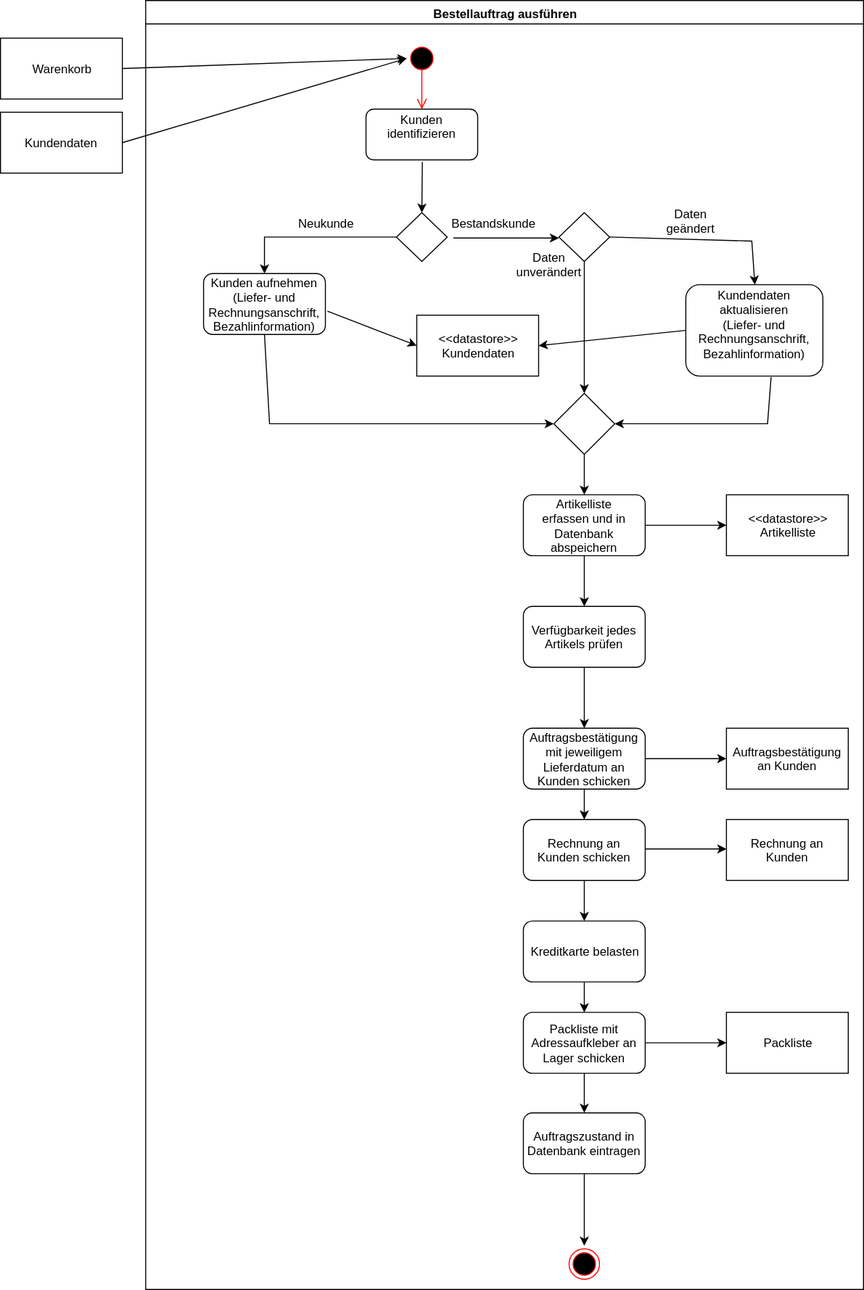
sweIhm-ws2018-19/skillproject-fr-31 keeps this draw.io diagram as UML/Uebungsblatt02/Aufgabe6/Aufgabe6.svg. Above is the earlier version. Source tidied: cells renumbered, new cells last; positions are measured from the earlier drawing's top-left corner, leaving out a move shared by most shapes. Its diagram source:
```xml
<mxGraphModel background="#ffffff">
  <root>
    <mxCell id="0" />
    <mxCell id="1" parent="0" />
    <mxCell id="2" value="Bestellauftrag ausführen" style="swimlane;whiteSpace=wrap;" parent="1" vertex="1">
      <mxGeometry x="143" width="707" height="1270" as="geometry" />
    </mxCell>
    <mxCell id="3" style="ellipse;shape=startState;fillColor=#000000;strokeColor=#ff0000;" parent="2" vertex="1">
      <mxGeometry x="257" y="42" width="30" height="30" as="geometry" />
    </mxCell>
    <mxCell id="4" style="edgeStyle=elbowEdgeStyle;elbow=horizontal;verticalAlign=bottom;endArrow=open;endSize=8;strokeColor=#FF0000;endFill=1;rounded=0;" parent="2" edge="1" target="5">
      <mxGeometry x="257" y="37" as="geometry">
        <mxPoint x="272" y="67" as="sourcePoint" />
      </mxGeometry>
    </mxCell>
    <mxCell id="5" value="Kunden &#10;identifizieren&#10;" style="rounded=1;" parent="2" vertex="1">
      <mxGeometry x="217" y="107" width="110" height="50" as="geometry" />
    </mxCell>
    <mxCell id="6" style="endArrow=classic;html=1;entryX=0.5;entryY=0;" parent="2" edge="1" target="7">
      <mxGeometry relative="1" as="geometry">
        <mxPoint x="272.5" y="159" as="sourcePoint" />
      </mxGeometry>
    </mxCell>
    <mxCell id="7" style="rhombus;whiteSpace=wrap;html=1;rounded=0;" parent="2" vertex="1">
      <mxGeometry x="247" y="209" width="50" height="48" as="geometry" />
    </mxCell>
    <mxCell id="8" value="Neukunde&lt;br&gt;" style="text;html=1;strokeColor=none;fillColor=none;align=center;verticalAlign=middle;whiteSpace=wrap;rounded=0;" parent="2" vertex="1">
      <mxGeometry x="157" y="209" width="40" height="20" as="geometry" />
    </mxCell>
    <mxCell id="9" style="endArrow=classic;html=1;exitX=0;exitY=0.5;rounded=0;entryX=0.5;entryY=0;entryPerimeter=0;" parent="2" edge="1" source="7" target="10">
      <mxGeometry relative="1" as="geometry">
        <Array as="points">
          <mxPoint x="117" y="233" />
        </Array>
      </mxGeometry>
    </mxCell>
    <mxCell id="10" value="Kunden aufnehmen&lt;br&gt;(&lt;span&gt;Liefer- und Rechnungsanschrift,&lt;/span&gt;&lt;div&gt;Bezahlinformation)&lt;/div&gt;" style="rounded=1;whiteSpace=wrap;html=1;" parent="2" vertex="1">
      <mxGeometry x="57" y="269" width="120" height="60" as="geometry" />
    </mxCell>
    <mxCell id="11" value="Bestandskunde&lt;br&gt;" style="text;html=1;strokeColor=none;fillColor=none;align=center;verticalAlign=middle;whiteSpace=wrap;rounded=0;" parent="2" vertex="1">
      <mxGeometry x="307" y="209" width="70" height="20" as="geometry" />
    </mxCell>
    <mxCell id="12" value="Kundendaten&lt;br&gt;aktualisieren&lt;br&gt;(&lt;span&gt;Liefer- und Rechnungsanschrift,&lt;/span&gt;&lt;div&gt;Bezahlinformation)&lt;/div&gt;&lt;div&gt;&lt;br&gt;&lt;/div&gt;" style="rounded=1;whiteSpace=wrap;html=1;" parent="2" vertex="1">
      <mxGeometry x="532" y="280" width="135" height="90" as="geometry" />
    </mxCell>
    <mxCell id="13" style="rhombus;whiteSpace=wrap;html=1;rounded=0;" parent="2" vertex="1">
      <mxGeometry x="407" y="209" width="50" height="48" as="geometry" />
    </mxCell>
    <mxCell id="14" style="endArrow=classic;html=1;strokeColor=#000000;" parent="2" edge="1">
      <mxGeometry relative="1" as="geometry">
        <mxPoint x="303" y="234" as="sourcePoint" />
        <mxPoint x="407" y="234" as="targetPoint" />
      </mxGeometry>
    </mxCell>
    <mxCell id="15" style="endArrow=classic;html=1;strokeColor=#000000;exitX=0.5;exitY=1;entryX=0.5;entryY=0;" parent="2" edge="1" source="13" target="18">
      <mxGeometry relative="1" as="geometry" />
    </mxCell>
    <mxCell id="16" value="Daten unverändert&lt;br&gt;&lt;br&gt;" style="text;html=1;strokeColor=none;fillColor=none;align=center;verticalAlign=middle;whiteSpace=wrap;rounded=0;" parent="2" vertex="1">
      <mxGeometry x="377" y="257" width="40" height="20" as="geometry" />
    </mxCell>
    <mxCell id="17" style="endArrow=classic;html=1;strokeColor=#000000;exitX=1;exitY=0.5;rounded=0;entryX=0.5;entryY=0;" parent="2" edge="1" source="13" target="12">
      <mxGeometry relative="1" as="geometry">
        <Array as="points">
          <mxPoint x="597" y="237" />
        </Array>
      </mxGeometry>
    </mxCell>
    <mxCell id="18" style="rhombus;whiteSpace=wrap;html=1;rounded=0;" parent="2" vertex="1">
      <mxGeometry x="402" y="387" width="60" height="60" as="geometry" />
    </mxCell>
    <mxCell id="19" value="Daten geändert&lt;br&gt;" style="text;html=1;strokeColor=none;fillColor=none;align=center;verticalAlign=middle;whiteSpace=wrap;rounded=0;" parent="2" vertex="1">
      <mxGeometry x="516.5" y="207" width="40" height="20" as="geometry" />
    </mxCell>
    <mxCell id="20" style="endArrow=classic;html=1;exitX=0.622;exitY=1.011;rounded=0;entryX=1;entryY=0.5;exitPerimeter=0;" parent="2" edge="1" source="12" target="18">
      <mxGeometry relative="1" as="geometry">
        <Array as="points">
          <mxPoint x="612.5" y="417" />
        </Array>
      </mxGeometry>
    </mxCell>
    <mxCell id="21" style="endArrow=classic;html=1;exitX=0.5;exitY=1;rounded=0;entryX=0;entryY=0.5;" parent="2" edge="1" source="10" target="18">
      <mxGeometry relative="1" as="geometry">
        <Array as="points">
          <mxPoint x="122" y="417" />
        </Array>
      </mxGeometry>
    </mxCell>
    <mxCell id="22" style="edgeStyle=orthogonalEdgeStyle;rounded=0;html=1;jettySize=auto;strokeColor=#000000;" parent="2" edge="1" source="23" target="25">
      <mxGeometry relative="1" as="geometry" />
    </mxCell>
    <mxCell id="23" value="Artikelliste&lt;br&gt;erfassen und in&lt;br&gt;Datenbank abspeichern&lt;br&gt;" style="rounded=1;whiteSpace=wrap;html=1;" parent="2" vertex="1">
      <mxGeometry x="372" y="487" width="120" height="60" as="geometry" />
    </mxCell>
    <mxCell id="24" style="edgeStyle=orthogonalEdgeStyle;rounded=0;html=1;jettySize=auto;strokeColor=#000000;" parent="2" edge="1" source="25" target="27">
      <mxGeometry relative="1" as="geometry" />
    </mxCell>
    <mxCell id="25" value="Verfügbarkeit jedes Artikels prüfen&lt;br&gt;" style="rounded=1;whiteSpace=wrap;html=1;" parent="2" vertex="1">
      <mxGeometry x="372" y="597" width="120" height="60" as="geometry" />
    </mxCell>
    <mxCell id="26" style="edgeStyle=orthogonalEdgeStyle;rounded=0;html=1;jettySize=auto;strokeColor=#000000;" parent="2" edge="1" source="27" target="29">
      <mxGeometry relative="1" as="geometry" />
    </mxCell>
    <mxCell id="27" value="&lt;div&gt;Auftragsbestätigung mit jeweiligem Lieferdatum an&lt;/div&gt;&lt;div&gt;Kunden schicken&lt;/div&gt;" style="rounded=1;whiteSpace=wrap;html=1;" parent="2" vertex="1">
      <mxGeometry x="372" y="717" width="120" height="60" as="geometry" />
    </mxCell>
    <mxCell id="28" style="edgeStyle=orthogonalEdgeStyle;rounded=0;html=1;jettySize=auto;strokeColor=#000000;" parent="2" edge="1" source="29" target="31">
      <mxGeometry relative="1" as="geometry" />
    </mxCell>
    <mxCell id="29" value="Rechnung an Kunden schicken&lt;br&gt;" style="rounded=1;whiteSpace=wrap;html=1;" parent="2" vertex="1">
      <mxGeometry x="372" y="807" width="120" height="60" as="geometry" />
    </mxCell>
    <mxCell id="30" style="edgeStyle=orthogonalEdgeStyle;rounded=0;html=1;jettySize=auto;strokeColor=#000000;" parent="2" edge="1" source="31" target="33">
      <mxGeometry relative="1" as="geometry" />
    </mxCell>
    <mxCell id="31" value="Kreditkarte belasten&lt;br&gt;" style="rounded=1;whiteSpace=wrap;html=1;" parent="2" vertex="1">
      <mxGeometry x="372" y="907" width="120" height="60" as="geometry" />
    </mxCell>
    <mxCell id="32" style="edgeStyle=orthogonalEdgeStyle;rounded=0;html=1;jettySize=auto;strokeColor=#000000;" parent="2" edge="1" source="33" target="34">
      <mxGeometry relative="1" as="geometry" />
    </mxCell>
    <mxCell id="33" value="Packliste mit Adressaufkleber an Lager schicken&lt;br&gt;" style="rounded=1;whiteSpace=wrap;html=1;" parent="2" vertex="1">
      <mxGeometry x="372" y="997" width="120" height="60" as="geometry" />
    </mxCell>
    <mxCell id="34" value="Auftragszustand in Datenbank eintragen&lt;br&gt;" style="rounded=1;whiteSpace=wrap;html=1;" parent="2" vertex="1">
      <mxGeometry x="372" y="1096" width="120" height="60" as="geometry" />
    </mxCell>
    <mxCell id="35" style="endArrow=classic;html=1;strokeColor=#000000;exitX=0.5;exitY=1;" parent="2" edge="1" source="18" target="23">
      <mxGeometry relative="1" as="geometry" />
    </mxCell>
    <mxCell id="36" value="&amp;lt;&amp;lt;datastore&amp;gt;&amp;gt;&lt;br&gt;Kundendaten&lt;br&gt;" style="rounded=0;whiteSpace=wrap;html=1;" parent="2" vertex="1">
      <mxGeometry x="267" y="310" width="120" height="60" as="geometry" />
    </mxCell>
    <mxCell id="37" style="endArrow=classic;html=1;strokeColor=#000000;entryX=1;entryY=0.5;exitX=0;exitY=0.5;" parent="2" edge="1" source="12" target="36">
      <mxGeometry relative="1" as="geometry" />
    </mxCell>
    <mxCell id="38" style="endArrow=classic;html=1;strokeColor=#000000;entryX=0;entryY=0.5;exitX=1.017;exitY=0.617;exitPerimeter=0;" parent="2" edge="1" source="10" target="36">
      <mxGeometry relative="1" as="geometry" />
    </mxCell>
    <mxCell id="39" value="&amp;lt;&amp;lt;datastore&amp;gt;&amp;gt;&lt;br&gt;Artikelliste&lt;br&gt;" style="rounded=0;whiteSpace=wrap;html=1;" parent="2" vertex="1">
      <mxGeometry x="572" y="487" width="120" height="60" as="geometry" />
    </mxCell>
    <mxCell id="40" style="endArrow=classic;html=1;strokeColor=#000000;exitX=1;exitY=0.5;entryX=0;entryY=0.5;" parent="2" edge="1" source="23" target="39">
      <mxGeometry relative="1" as="geometry" />
    </mxCell>
    <mxCell id="41" value="Auftragsbestätigung an Kunden" style="rounded=0;whiteSpace=wrap;html=1;" parent="2" vertex="1">
      <mxGeometry x="572" y="717" width="120" height="60" as="geometry" />
    </mxCell>
    <mxCell id="42" style="endArrow=classic;html=1;strokeColor=#000000;exitX=1;exitY=0.5;entryX=0;entryY=0.5;" parent="2" edge="1" source="27" target="41">
      <mxGeometry relative="1" as="geometry" />
    </mxCell>
    <mxCell id="43" value="Rechnung an Kunden" style="rounded=0;whiteSpace=wrap;html=1;" parent="2" vertex="1">
      <mxGeometry x="572" y="807" width="120" height="60" as="geometry" />
    </mxCell>
    <mxCell id="44" style="endArrow=classic;html=1;strokeColor=#000000;exitX=1;exitY=0.5;entryX=0;entryY=0.5;" parent="2" edge="1">
      <mxGeometry relative="1" as="geometry">
        <mxPoint x="492" y="836" as="sourcePoint" />
        <mxPoint x="572" y="836" as="targetPoint" />
      </mxGeometry>
    </mxCell>
    <mxCell id="45" value="Packliste" style="rounded=0;whiteSpace=wrap;html=1;" parent="2" vertex="1">
      <mxGeometry x="572" y="997" width="120" height="60" as="geometry" />
    </mxCell>
    <mxCell id="46" style="endArrow=classic;html=1;strokeColor=#000000;exitX=1;exitY=0.5;entryX=0;entryY=0.5;" parent="2" edge="1" source="33" target="45">
      <mxGeometry relative="1" as="geometry" />
    </mxCell>
    <mxCell id="47" style="endArrow=classic;html=1;strokeColor=#000000;exitX=0.5;exitY=1;entryX=0.5;entryY=0;" parent="2" edge="1" source="34">
      <mxGeometry relative="1" as="geometry">
        <mxPoint x="432" y="1227" as="targetPoint" />
      </mxGeometry>
    </mxCell>
    <mxCell id="48" style="ellipse;html=1;shape=endState;fillColor=#000000;strokeColor=#ff0000;rounded=0;" parent="2" vertex="1">
      <mxGeometry x="417" y="1230" width="30" height="30" as="geometry" />
    </mxCell>
    <mxCell id="49" value="Warenkorb" style="rounded=0;whiteSpace=wrap;html=1;" parent="1" vertex="1">
      <mxGeometry y="37" width="120" height="60" as="geometry" />
    </mxCell>
    <mxCell id="50" value="Kundendaten" style="rounded=0;whiteSpace=wrap;html=1;" parent="1" vertex="1">
      <mxGeometry y="110" width="120" height="60" as="geometry" />
    </mxCell>
    <mxCell id="51" style="endArrow=classic;html=1;strokeColor=#000000;exitX=1;exitY=0.5;entryX=0;entryY=0.5;" parent="1" edge="1" source="49" target="3">
      <mxGeometry relative="1" as="geometry" />
    </mxCell>
    <mxCell id="52" style="endArrow=classic;html=1;strokeColor=#000000;exitX=1;exitY=0.5;entryX=0;entryY=0.5;" parent="1" edge="1" source="50" target="3">
      <mxGeometry relative="1" as="geometry" />
    </mxCell>
  </root>
</mxGraphModel>
```
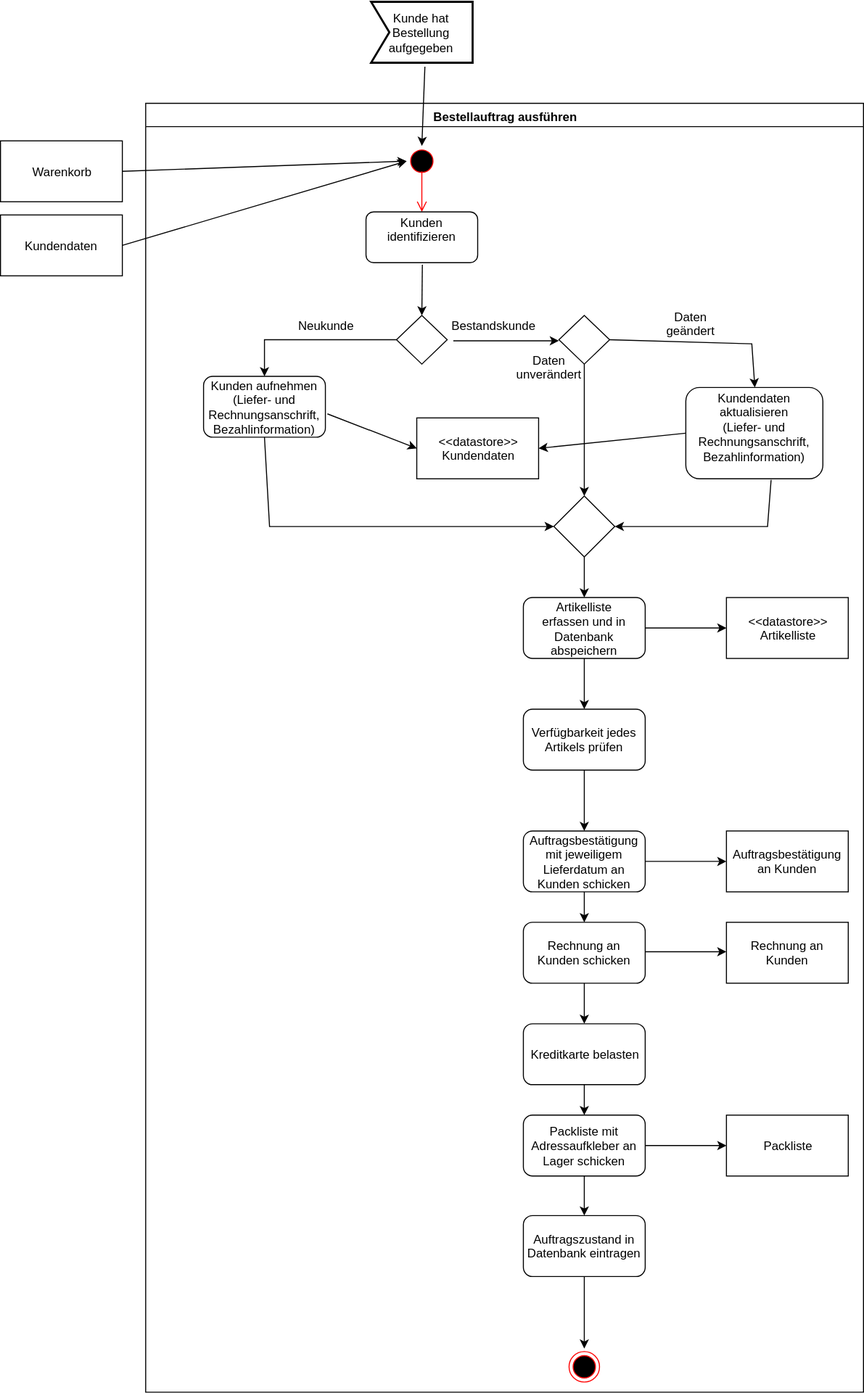
The same file after the commit.

Commit message:
Vorbedingung Aufgabe6 added

What changed in the source:
```diff
@@ -183,5 +183,13 @@
     <mxCell id="52" style="endArrow=classic;html=1;strokeColor=#000000;exitX=1;exitY=0.5;entryX=0;entryY=0.5;" parent="1" edge="1" source="50" target="3">
       <mxGeometry relative="1" as="geometry" />
     </mxCell>
+    <mxCell id="53" value="&lt;span&gt;Kunde hat Bestellung aufgegeben&lt;/span&gt;" style="html=1;shape=mxgraph.sysml.accEvent;strokeWidth=2;whiteSpace=wrap;align=center;" parent="1" vertex="1">
+      <mxGeometry x="365" y="-100" width="100" height="60" as="geometry" />
+    </mxCell>
+    <mxCell id="54" style="endArrow=classic;html=1;entryX=0.5;entryY=0;" parent="1" edge="1" target="3">
+      <mxGeometry relative="1" as="geometry">
+        <mxPoint x="418" y="-36" as="sourcePoint" />
+      </mxGeometry>
+    </mxCell>
   </root>
 </mxGraphModel>
```
